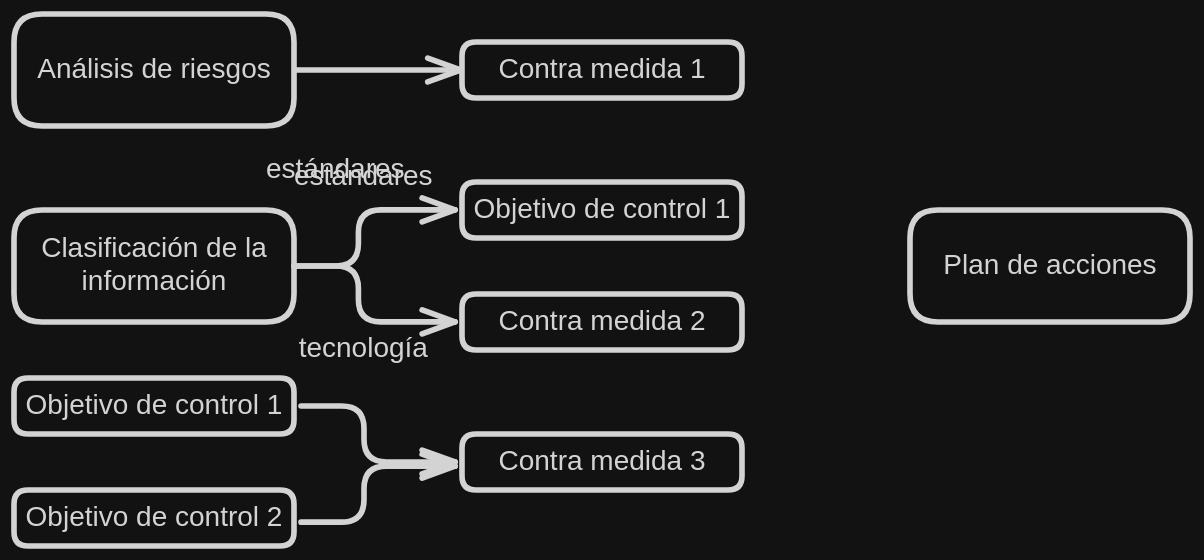
Above: 4to Nivel/Administración de Sistemas de Información/attachments/Auditoría del Desarrollo (Piattini) 2024-08-31 18.08.18.excalidraw.svg in agustinbravop/utn-vault (Excalidraw), before the change. Source tidied: one line per element, renumbered; positions are measured from the earlier drawing's top-left corner, leaving out a move shared by most shapes.
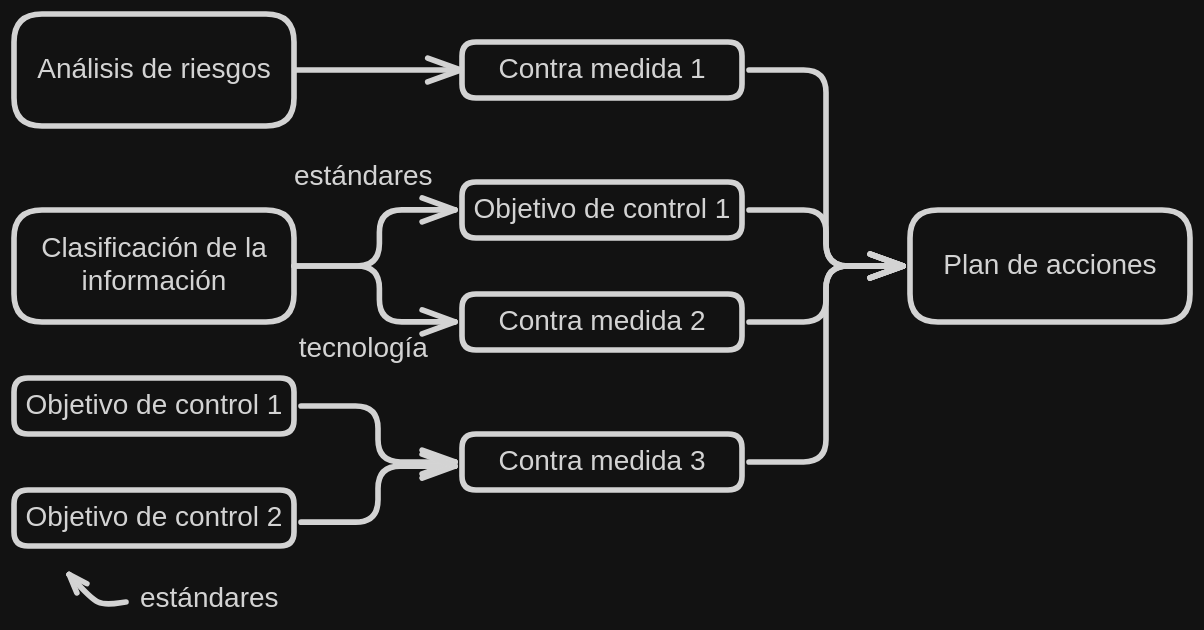
Above is the later version.

Change to the diagram source:
```diff
@@ -17,10 +17,15 @@
 {"id": 16, "type": "rectangle", "strokeColor": "#1e1e1e", "strokeWidth": 4, "roughness": 0, "round": true, "x": 640, "y": 140, "width": 200, "height": 80}
 {"id": 17, "type": "text", "text": "Plan de acciones", "strokeColor": "#1e1e1e", "strokeWidth": 4, "roughness": 0, "fontSize": 20, "fontFamily": 2, "textAlign": "center", "verticalAlign": "middle", "inside": 16, "x": 663, "y": 168, "width": 153, "height": 23}
 {"id": 18, "type": "arrow", "strokeColor": "#1e1e1e", "strokeWidth": 4, "roughness": 0, "endArrowhead": "arrow", "round": true, "from": 0, "to": 12, "x": 201, "y": 40, "width": 118, "height": 0, "points": [[0, 0], [118, 0]]}
-{"id": 19, "type": "arrow", "strokeColor": "#1e1e1e", "strokeWidth": 4, "roughness": 0, "endArrowhead": "arrow", "to": 14, "x": 200, "y": 180, "width": 115, "height": 40, "points": [[0, 0], [46, 0], [46, -40], [115, -40]]}
+{"id": 19, "type": "arrow", "strokeColor": "#1e1e1e", "strokeWidth": 4, "roughness": 0, "endArrowhead": "arrow", "to": 14, "x": 200, "y": 180, "width": 115, "height": 40, "points": [[0, 0], [61, 0], [61, -40], [115, -40]]}
-{"id": 20, "type": "arrow", "strokeColor": "#1e1e1e", "strokeWidth": 4, "roughness": 0, "endArrowhead": "arrow", "to": 10, "x": 200, "y": 180, "width": 115, "height": 40, "points": [[0, 0], [46, 0], [46, 40], [115, 40]]}
+{"id": 20, "type": "arrow", "strokeColor": "#1e1e1e", "strokeWidth": 4, "roughness": 0, "endArrowhead": "arrow", "to": 10, "x": 200, "y": 180, "width": 115, "height": 40, "points": [[0, 0], [61, 0], [61, 40], [115, 40]]}
-{"id": 21, "type": "arrow", "strokeColor": "#1e1e1e", "strokeWidth": 4, "roughness": 0, "endArrowhead": "arrow", "from": 4, "to": 8, "x": 205, "y": 280, "width": 110, "height": 40, "points": [[0, 0], [45, 0], [45, 40], [110, 40]]}
+{"id": 21, "type": "arrow", "strokeColor": "#1e1e1e", "strokeWidth": 4, "roughness": 0, "endArrowhead": "arrow", "from": 4, "to": 8, "x": 205, "y": 280, "width": 110, "height": 40, "points": [[0, 0], [55, 0], [55, 40], [110, 40]]}
-{"id": 22, "type": "arrow", "strokeColor": "#1e1e1e", "strokeWidth": 4, "roughness": 0, "endArrowhead": "arrow", "from": 6, "to": 8, "x": 205, "y": 363, "width": 110, "height": 40, "points": [[0, 0], [45, 0], [45, -40], [110, -40]]}
+{"id": 22, "type": "arrow", "strokeColor": "#1e1e1e", "strokeWidth": 4, "roughness": 0, "endArrowhead": "arrow", "from": 6, "to": 8, "x": 205, "y": 363, "width": 110, "height": 40, "points": [[0, 0], [55, 0], [55, -40], [110, -40]]}
 {"id": 23, "type": "text", "text": "estándares", "strokeColor": "#1e1e1e", "strokeWidth": 4, "roughness": 0, "fontSize": 20, "fontFamily": 2, "textAlign": "center", "x": 200, "y": 105, "width": 99, "height": 23}
 {"id": 24, "type": "text", "text": "tecnología", "strokeColor": "#1e1e1e", "strokeWidth": 4, "roughness": 0, "fontSize": 20, "fontFamily": 2, "textAlign": "center", "x": 203, "y": 228, "width": 92, "height": 23}
-{"id": 25, "type": "text", "text": "estándares", "strokeColor": "#1e1e1e", "strokeWidth": 4, "roughness": 0, "fontSize": 20, "fontFamily": 2, "textAlign": "center", "x": 180, "y": 100, "width": 99, "height": 23}
+{"id": 25, "type": "text", "text": "estándares", "strokeColor": "#1e1e1e", "strokeWidth": 4, "roughness": 0, "fontSize": 20, "fontFamily": 2, "textAlign": "center", "x": 90, "y": 407, "width": 99, "height": 23}
+{"id": 26, "type": "arrow", "strokeColor": "#1e1e1e", "strokeWidth": 4, "roughness": 0, "endArrowhead": "arrow", "round": true, "x": 80, "y": 420, "width": 41, "height": 20, "points": [[0, 0], [-20, 0], [-41, -20]]}
+{"id": 27, "type": "arrow", "strokeColor": "#1e1e1e", "strokeWidth": 4, "roughness": 0, "endArrowhead": "arrow", "from": 12, "to": 16, "x": 525, "y": 40, "width": 110, "height": 140, "points": [[0, 0], [55, 0], [55, 140], [110, 140]]}
+{"id": 28, "type": "arrow", "strokeColor": "#1e1e1e", "strokeWidth": 4, "roughness": 0, "endArrowhead": "arrow", "from": 14, "to": 16, "x": 525, "y": 140, "width": 110, "height": 40, "points": [[0, 0], [55, 0], [55, 40], [110, 40]]}
+{"id": 29, "type": "arrow", "strokeColor": "#1e1e1e", "strokeWidth": 4, "roughness": 0, "endArrowhead": "arrow", "from": 8, "to": 16, "x": 525, "y": 320, "width": 110, "height": 140, "points": [[0, 0], [55, 0], [55, -140], [110, -140]]}
+{"id": 30, "type": "arrow", "strokeColor": "#1e1e1e", "strokeWidth": 4, "roughness": 0, "endArrowhead": "arrow", "from": 10, "to": 16, "x": 525, "y": 220, "width": 110, "height": 40, "points": [[0, 0], [55, 0], [55, -40], [110, -40]]}
```
